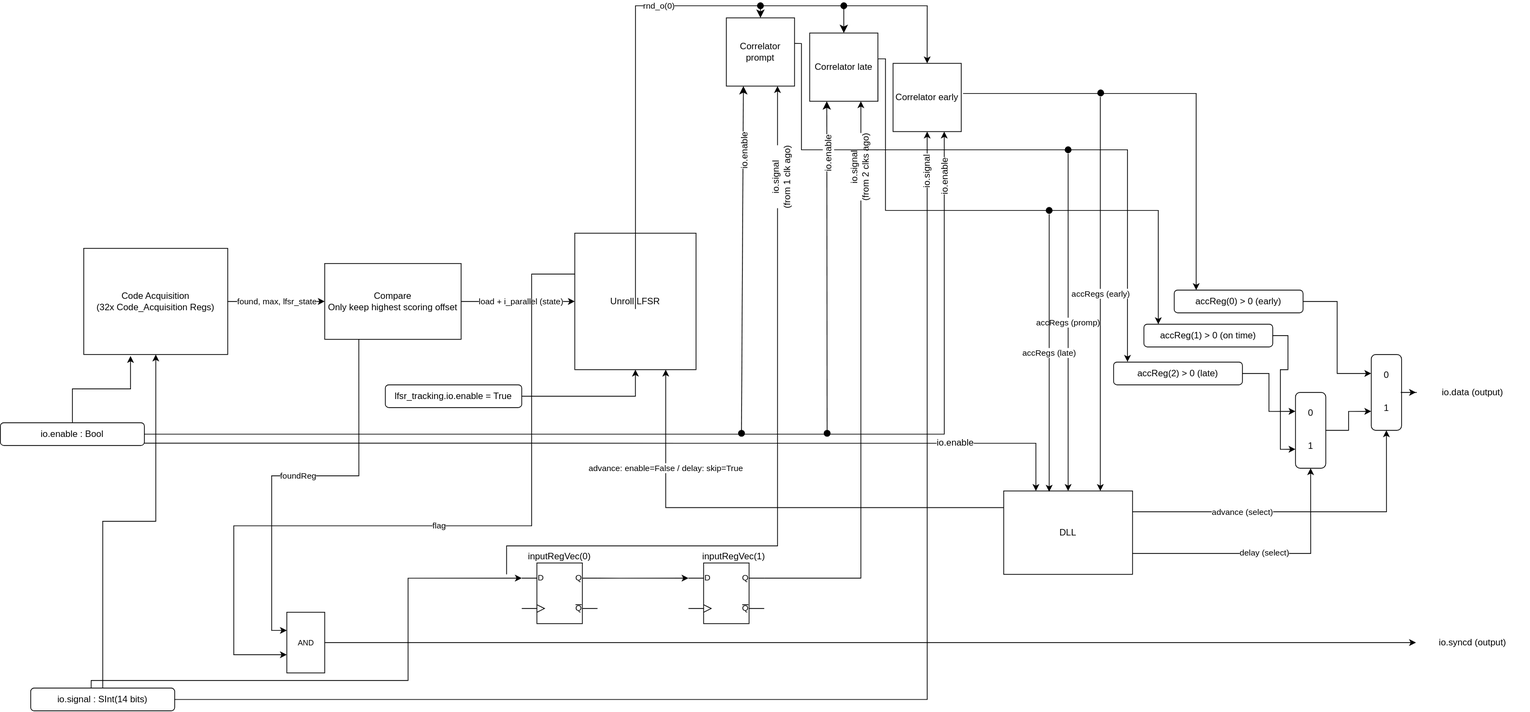
This is documentation/drawio/receiver.svg from fredowski/spreads, a draw.io export, as it was before one commit. Source tidied: cells renumbered, new cells last; positions are measured from the earlier drawing's top-left corner, leaving out a move shared by most shapes.
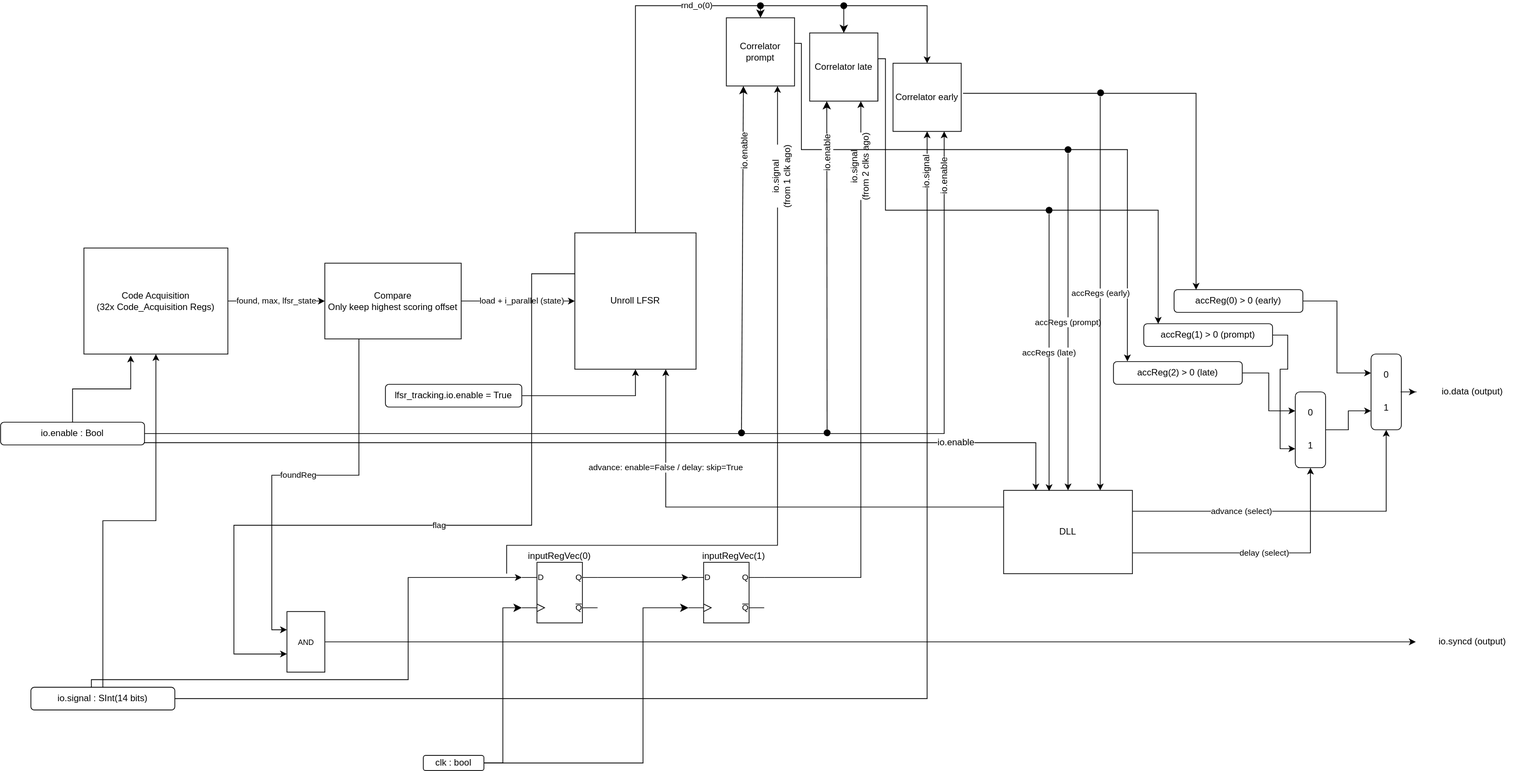
Above is the later version.

Commit message:
Update receiver diagramm

The edit, as a diff of the source:
```diff
@@ -38,7 +38,7 @@
     <mxCell id="13" value="accReg(0) &amp;gt; 0  (early)" style="rounded=1;whiteSpace=wrap;html=1;" parent="1" vertex="1">
       <mxGeometry x="1549" y="380" width="170" height="30" as="geometry" />
     </mxCell>
-    <mxCell id="14" value="accReg(1) &amp;gt; 0  (on time)" style="rounded=1;whiteSpace=wrap;html=1;" parent="1" vertex="1">
+    <mxCell id="14" value="accReg(1) &amp;gt; 0  (prompt)" style="rounded=1;whiteSpace=wrap;html=1;" parent="1" vertex="1">
       <mxGeometry x="1509" y="425" width="170" height="30" as="geometry" />
     </mxCell>
     <mxCell id="15" value="accReg(2) &amp;gt; 0  (late)" style="rounded=1;whiteSpace=wrap;html=1;" parent="1" vertex="1">
@@ -102,7 +102,7 @@
     </mxCell>
     <mxCell id="29" value="rnd_o(0)" style="edgeStyle=orthogonalEdgeStyle;rounded=0;jettySize=auto;html=1;entryX=0.5;entryY=0;entryDx=0;entryDy=0;" parent="1" edge="1" target="54">
       <mxGeometry relative="1" as="geometry">
-        <mxPoint x="838.1" y="405" as="sourcePoint" />
+        <mxPoint x="838" y="305" as="sourcePoint" />
         <Array as="points">
           <mxPoint x="838" y="5" />
           <mxPoint x="1223" y="5" />
@@ -154,7 +154,7 @@
         <mxPoint y="-1" as="offset" />
       </mxGeometry>
     </mxCell>
-    <mxCell id="38" value="accRegs (promp)" style="edgeStyle=orthogonalEdgeStyle;rounded=0;jettySize=auto;html=1;" parent="1" edge="1" source="70" target="12">
+    <mxCell id="38" value="accRegs (prompt)" style="edgeStyle=orthogonalEdgeStyle;rounded=0;jettySize=auto;html=1;" parent="1" edge="1" source="70" target="12">
       <mxGeometry relative="1" as="geometry" />
     </mxCell>
     <mxCell id="39" style="edgeStyle=orthogonalEdgeStyle;rounded=0;jettySize=auto;html=1;exitX=1;exitY=0.9;exitDx=0;exitDy=0;entryX=0.25;entryY=0;entryDx=0;entryDy=0;" parent="1" edge="1" source="3" target="12">
@@ -296,5 +296,20 @@
     <mxCell id="71" style="verticalLabelPosition=bottom;shadow=0;dashed=0;align=center;html=1;verticalAlign=top;shape=mxgraph.electrical.logic_gates.inverting_contact;fillColor=#000000;" parent="1" vertex="1">
       <mxGeometry x="1379" y="270" width="10" height="10" as="geometry" />
     </mxCell>
+    <mxCell id="72" value="clk : bool" style="rounded=1;whiteSpace=wrap;html=1;" parent="1" vertex="1">
+      <mxGeometry x="558" y="995" width="80" height="20" as="geometry" />
+    </mxCell>
+    <mxCell id="73" style="edgeStyle=orthogonalEdgeStyle;rounded=0;jettySize=auto;html=1;entryX=0;entryY=0.75;entryDx=0;entryDy=0;entryPerimeter=0;fontSize=12;startSize=8;endSize=8;" parent="1" edge="1" source="72" target="8">
+      <mxGeometry relative="1" as="geometry" />
+    </mxCell>
+    <mxCell id="74" style="edgeStyle=orthogonalEdgeStyle;rounded=0;jettySize=auto;html=1;entryX=0;entryY=0.75;entryDx=0;entryDy=0;entryPerimeter=0;fontSize=12;startSize=8;endSize=8;" parent="1" edge="1" target="10">
+      <mxGeometry relative="1" as="geometry">
+        <mxPoint x="638" y="1005" as="sourcePoint" />
+        <Array as="points">
+          <mxPoint x="848" y="1005" />
+          <mxPoint x="848" y="800" />
+        </Array>
+      </mxGeometry>
+    </mxCell>
   </root>
 </mxGraphModel>
```
